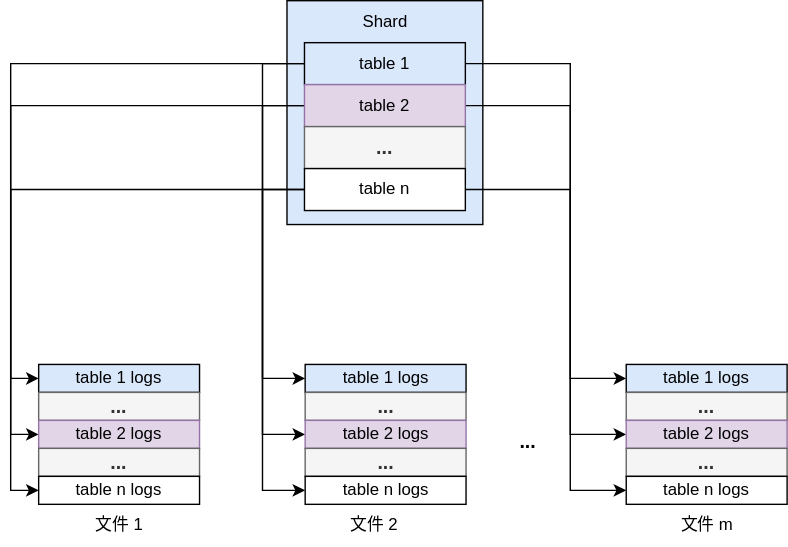
Before: rockswal.drawio.svg, a diagram exported from draw.io (Rachelint/drawio-store). Source tidied: cells renumbered, new cells last; positions are measured from the earlier drawing's top-left corner, leaving out a move shared by most shapes.
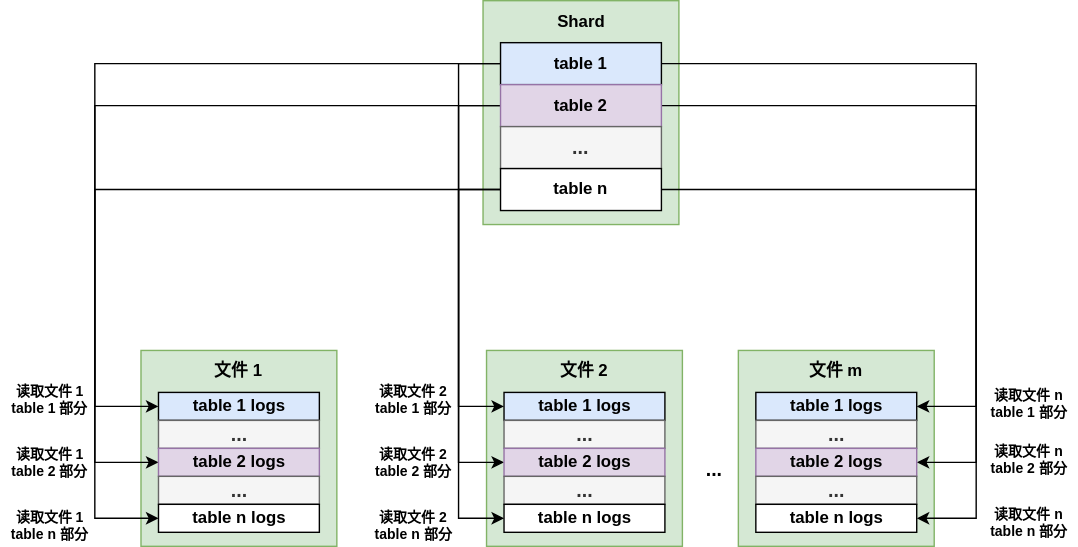
After the change.

Change to the diagram source:
```diff
@@ -2,137 +2,188 @@
   <root>
     <mxCell id="0" />
     <mxCell id="1" parent="0" />
-    <mxCell id="2" style="rounded=0;whiteSpace=wrap;html=1;fillColor=#dae8fc;strokeColor=#000000;" parent="1" vertex="1">
-      <mxGeometry x="177.5" width="140" height="160" as="geometry" />
-    </mxCell>
-    <mxCell id="3" style="edgeStyle=orthogonalEdgeStyle;rounded=0;jettySize=auto;html=1;exitX=0;exitY=0.5;exitDx=0;exitDy=0;entryX=0;entryY=0.5;entryDx=0;entryDy=0;" parent="1" edge="1" source="6" target="17">
-      <mxGeometry relative="1" as="geometry" />
-    </mxCell>
-    <mxCell id="4" style="edgeStyle=orthogonalEdgeStyle;rounded=0;jettySize=auto;html=1;exitX=0;exitY=0.5;exitDx=0;exitDy=0;entryX=0;entryY=0.5;entryDx=0;entryDy=0;" parent="1" edge="1" source="6" target="22">
-      <mxGeometry relative="1" as="geometry">
-        <Array as="points">
-          <mxPoint x="160" y="45" />
-          <mxPoint x="160" y="270" />
-        </Array>
-      </mxGeometry>
-    </mxCell>
-    <mxCell id="5" style="edgeStyle=orthogonalEdgeStyle;rounded=0;jettySize=auto;html=1;exitX=1;exitY=0.5;exitDx=0;exitDy=0;entryX=0;entryY=0.5;entryDx=0;entryDy=0;" parent="1" edge="1" source="6" target="27">
-      <mxGeometry relative="1" as="geometry">
-        <Array as="points">
-          <mxPoint x="380" y="45" />
-          <mxPoint x="380" y="270" />
-        </Array>
-      </mxGeometry>
-    </mxCell>
+    <mxCell id="36" style="rounded=0;whiteSpace=wrap;html=1;fillColor=#d5e8d4;strokeColor=#82b366;fontStyle=1;" parent="1" vertex="1">
+      <mxGeometry x="360" y="250" width="140" height="140" as="geometry" />
+    </mxCell>
+    <mxCell id="37" style="rounded=0;whiteSpace=wrap;html=1;fillColor=#d5e8d4;strokeColor=#82b366;fontStyle=1;" parent="1" vertex="1">
+      <mxGeometry x="180" y="250" width="140" height="140" as="geometry" />
+    </mxCell>
+    <mxCell id="38" style="rounded=0;whiteSpace=wrap;html=1;fillColor=#d5e8d4;strokeColor=#82b366;fontStyle=1;" parent="1" vertex="1">
+      <mxGeometry x="-67" y="250" width="140" height="140" as="geometry" />
+    </mxCell>
+    <mxCell id="39" style="rounded=0;whiteSpace=wrap;html=1;fillColor=#d5e8d4;strokeColor=#82b366;fontStyle=1;" parent="1" vertex="1">
+      <mxGeometry x="177.5" width="140" height="160" as="geometry" />
+    </mxCell>
+    <mxCell id="40" style="edgeStyle=orthogonalEdgeStyle;rounded=0;jettySize=auto;html=1;exitX=0;exitY=0.5;exitDx=0;exitDy=0;entryX=0;entryY=0.5;entryDx=0;entryDy=0;fontStyle=1;" parent="1" edge="1" source="6" target="50">
+      <mxGeometry relative="1" as="geometry">
+        <Array as="points">
+          <mxPoint x="-100" y="45" />
+          <mxPoint x="-100" y="290" />
+        </Array>
+      </mxGeometry>
+    </mxCell>
+    <mxCell id="41" style="edgeStyle=orthogonalEdgeStyle;rounded=0;jettySize=auto;html=1;exitX=0;exitY=0.5;exitDx=0;exitDy=0;entryX=0;entryY=0.5;entryDx=0;entryDy=0;fontStyle=1;" parent="1" edge="1" source="6" target="55">
+      <mxGeometry relative="1" as="geometry">
+        <Array as="points">
+          <mxPoint x="160" y="45" />
+          <mxPoint x="160" y="290" />
+        </Array>
+      </mxGeometry>
+    </mxCell>
+    <mxCell id="42" style="edgeStyle=orthogonalEdgeStyle;rounded=0;jettySize=auto;html=1;exitX=1;exitY=0.5;exitDx=0;exitDy=0;entryX=1;entryY=0.5;entryDx=0;entryDy=0;fontStyle=1;" parent="1" edge="1" source="6" target="60">
+      <mxGeometry relative="1" as="geometry">
+        <Array as="points">
+          <mxPoint x="530" y="45" />
+          <mxPoint x="530" y="290" />
+        </Array>
+      </mxGeometry>
+    </mxCell>
-    <mxCell id="6" value="table 1" style="rounded=0;whiteSpace=wrap;html=1;fillColor=#dae8fc;strokeColor=#000000;" parent="1" vertex="1">
+    <mxCell id="6" value="table 1" style="rounded=0;whiteSpace=wrap;html=1;fillColor=#dae8fc;strokeColor=#000000;fontStyle=1;" parent="1" vertex="1">
       <mxGeometry x="190" y="30" width="115" height="30" as="geometry" />
     </mxCell>
-    <mxCell id="7" style="edgeStyle=orthogonalEdgeStyle;rounded=0;jettySize=auto;html=1;exitX=0;exitY=0.5;exitDx=0;exitDy=0;entryX=0;entryY=0.5;entryDx=0;entryDy=0;" parent="1" edge="1" source="10" target="19">
-      <mxGeometry relative="1" as="geometry" />
-    </mxCell>
-    <mxCell id="8" style="edgeStyle=orthogonalEdgeStyle;rounded=0;jettySize=auto;html=1;exitX=0;exitY=0.5;exitDx=0;exitDy=0;entryX=0;entryY=0.5;entryDx=0;entryDy=0;" parent="1" edge="1" source="10" target="24">
-      <mxGeometry relative="1" as="geometry">
-        <Array as="points">
-          <mxPoint x="160" y="75" />
-          <mxPoint x="160" y="310" />
-        </Array>
-      </mxGeometry>
-    </mxCell>
-    <mxCell id="9" style="edgeStyle=orthogonalEdgeStyle;rounded=0;jettySize=auto;html=1;exitX=1;exitY=0.5;exitDx=0;exitDy=0;entryX=0;entryY=0.5;entryDx=0;entryDy=0;" parent="1" edge="1" source="10" target="29">
-      <mxGeometry relative="1" as="geometry">
-        <Array as="points">
-          <mxPoint x="380" y="75" />
-          <mxPoint x="380" y="310" />
-        </Array>
-      </mxGeometry>
-    </mxCell>
+    <mxCell id="43" style="edgeStyle=orthogonalEdgeStyle;rounded=0;jettySize=auto;html=1;exitX=0;exitY=0.5;exitDx=0;exitDy=0;entryX=0;entryY=0.5;entryDx=0;entryDy=0;fontStyle=1;" parent="1" edge="1" source="10" target="57">
+      <mxGeometry relative="1" as="geometry">
+        <Array as="points">
+          <mxPoint x="160" y="75" />
+          <mxPoint x="160" y="330" />
+        </Array>
+      </mxGeometry>
+    </mxCell>
+    <mxCell id="44" style="edgeStyle=orthogonalEdgeStyle;rounded=0;jettySize=auto;html=1;exitX=0;exitY=0.5;exitDx=0;exitDy=0;entryX=0;entryY=0.5;entryDx=0;entryDy=0;fontStyle=1;" parent="1" edge="1" source="10" target="52">
+      <mxGeometry relative="1" as="geometry">
+        <Array as="points">
+          <mxPoint x="-100" y="75" />
+          <mxPoint x="-100" y="330" />
+        </Array>
+      </mxGeometry>
+    </mxCell>
+    <mxCell id="45" style="edgeStyle=orthogonalEdgeStyle;rounded=0;jettySize=auto;html=1;exitX=1;exitY=0.5;exitDx=0;exitDy=0;entryX=1;entryY=0.5;entryDx=0;entryDy=0;fontStyle=1;" parent="1" edge="1" source="10" target="62">
+      <mxGeometry relative="1" as="geometry">
+        <Array as="points">
+          <mxPoint x="530" y="75" />
+          <mxPoint x="530" y="330" />
+        </Array>
+      </mxGeometry>
+    </mxCell>
-    <mxCell id="10" value="table 2" style="rounded=0;whiteSpace=wrap;html=1;fillColor=#e1d5e7;strokeColor=#9673a6;" parent="1" vertex="1">
+    <mxCell id="10" value="table 2" style="rounded=0;whiteSpace=wrap;html=1;fillColor=#e1d5e7;strokeColor=#9673a6;fontStyle=1;" parent="1" vertex="1">
       <mxGeometry x="190" y="60" width="115" height="30" as="geometry" />
     </mxCell>
-    <mxCell id="11" value="&lt;font style=&quot;font-size: 14px;&quot;&gt;&lt;b&gt;...&lt;/b&gt;&lt;/font&gt;" style="rounded=0;whiteSpace=wrap;html=1;fillColor=#f5f5f5;strokeColor=#666666;fontColor=#333333;" parent="1" vertex="1">
-      <mxGeometry x="190" y="90" width="115" height="30" as="geometry" />
-    </mxCell>
-    <mxCell id="12" style="edgeStyle=orthogonalEdgeStyle;rounded=0;jettySize=auto;html=1;exitX=0;exitY=0.5;exitDx=0;exitDy=0;entryX=0;entryY=0.5;entryDx=0;entryDy=0;" parent="1" edge="1" source="15" target="21">
-      <mxGeometry relative="1" as="geometry" />
-    </mxCell>
-    <mxCell id="13" style="edgeStyle=orthogonalEdgeStyle;rounded=0;jettySize=auto;html=1;exitX=0;exitY=0.5;exitDx=0;exitDy=0;entryX=0;entryY=0.5;entryDx=0;entryDy=0;" parent="1" edge="1" source="15" target="26">
-      <mxGeometry relative="1" as="geometry">
-        <Array as="points">
-          <mxPoint x="160" y="135" />
-          <mxPoint x="160" y="350" />
-        </Array>
-      </mxGeometry>
-    </mxCell>
-    <mxCell id="14" style="edgeStyle=orthogonalEdgeStyle;rounded=0;jettySize=auto;html=1;exitX=1;exitY=0.5;exitDx=0;exitDy=0;entryX=0;entryY=0.5;entryDx=0;entryDy=0;" parent="1" edge="1" source="15" target="31">
-      <mxGeometry relative="1" as="geometry">
-        <Array as="points">
-          <mxPoint x="380" y="135" />
-          <mxPoint x="380" y="350" />
-        </Array>
-      </mxGeometry>
-    </mxCell>
+    <mxCell id="46" value="&lt;font style=&quot;font-size: 14px;&quot;&gt;&lt;span&gt;...&lt;/span&gt;&lt;/font&gt;" style="rounded=0;whiteSpace=wrap;html=1;fillColor=#f5f5f5;strokeColor=#666666;fontColor=#333333;fontStyle=1;" parent="1" vertex="1">
+      <mxGeometry x="190" y="90" width="115" height="30" as="geometry" />
+    </mxCell>
+    <mxCell id="47" style="edgeStyle=orthogonalEdgeStyle;rounded=0;jettySize=auto;html=1;exitX=1;exitY=0.5;exitDx=0;exitDy=0;entryX=1;entryY=0.5;entryDx=0;entryDy=0;fontStyle=1;" parent="1" edge="1" source="15" target="64">
+      <mxGeometry relative="1" as="geometry">
+        <Array as="points">
+          <mxPoint x="530" y="135" />
+          <mxPoint x="530" y="370" />
+        </Array>
+      </mxGeometry>
+    </mxCell>
+    <mxCell id="48" style="edgeStyle=orthogonalEdgeStyle;rounded=0;jettySize=auto;html=1;exitX=0;exitY=0.5;exitDx=0;exitDy=0;entryX=0;entryY=0.5;entryDx=0;entryDy=0;fontStyle=1;" parent="1" edge="1" source="15" target="59">
+      <mxGeometry relative="1" as="geometry">
+        <Array as="points">
+          <mxPoint x="160" y="135" />
+          <mxPoint x="160" y="370" />
+        </Array>
+      </mxGeometry>
+    </mxCell>
+    <mxCell id="49" style="edgeStyle=orthogonalEdgeStyle;rounded=0;jettySize=auto;html=1;exitX=0;exitY=0.5;exitDx=0;exitDy=0;entryX=0;entryY=0.5;entryDx=0;entryDy=0;fontStyle=1;" parent="1" edge="1" source="15" target="54">
+      <mxGeometry relative="1" as="geometry">
+        <Array as="points">
+          <mxPoint x="-100" y="135" />
+          <mxPoint x="-100" y="370" />
+        </Array>
+      </mxGeometry>
+    </mxCell>
-    <mxCell id="15" value="table n" style="rounded=0;whiteSpace=wrap;html=1;" parent="1" vertex="1">
+    <mxCell id="15" value="table n" style="rounded=0;whiteSpace=wrap;html=1;fontStyle=1;" parent="1" vertex="1">
       <mxGeometry x="190" y="120" width="115" height="30" as="geometry" />
     </mxCell>
-    <mxCell id="16" value="Shard" style="text;html=1;strokeColor=none;fillColor=none;align=center;verticalAlign=middle;whiteSpace=wrap;rounded=0;" parent="1" vertex="1">
+    <mxCell id="16" value="Shard" style="text;html=1;strokeColor=none;fillColor=none;align=center;verticalAlign=middle;whiteSpace=wrap;rounded=0;fontStyle=1;" parent="1" vertex="1">
       <mxGeometry x="218" width="60" height="30" as="geometry" />
     </mxCell>
-    <mxCell id="17" value="table 1 logs" style="rounded=0;whiteSpace=wrap;html=1;fillColor=#dae8fc;strokeColor=#000000;" parent="1" vertex="1">
-      <mxGeometry y="260" width="115" height="20" as="geometry" />
-    </mxCell>
-    <mxCell id="18" value="&lt;font style=&quot;font-size: 14px;&quot;&gt;&lt;b&gt;...&lt;/b&gt;&lt;/font&gt;" style="rounded=0;whiteSpace=wrap;html=1;fillColor=#f5f5f5;strokeColor=#666666;fontColor=#333333;" parent="1" vertex="1">
-      <mxGeometry y="280" width="115" height="20" as="geometry" />
-    </mxCell>
-    <mxCell id="19" value="table 2 logs" style="rounded=0;whiteSpace=wrap;html=1;fillColor=#e1d5e7;strokeColor=#9673a6;" parent="1" vertex="1">
-      <mxGeometry y="300" width="115" height="20" as="geometry" />
-    </mxCell>
-    <mxCell id="20" value="&lt;font style=&quot;font-size: 14px;&quot;&gt;&lt;b&gt;...&lt;/b&gt;&lt;/font&gt;" style="rounded=0;whiteSpace=wrap;html=1;fillColor=#f5f5f5;strokeColor=#666666;fontColor=#333333;" parent="1" vertex="1">
-      <mxGeometry y="320" width="115" height="20" as="geometry" />
-    </mxCell>
-    <mxCell id="21" value="table n logs" style="rounded=0;whiteSpace=wrap;html=1;" parent="1" vertex="1">
-      <mxGeometry y="340" width="115" height="20" as="geometry" />
-    </mxCell>
-    <mxCell id="22" value="table 1 logs" style="rounded=0;whiteSpace=wrap;html=1;fillColor=#dae8fc;strokeColor=#000000;" parent="1" vertex="1">
-      <mxGeometry x="190.5" y="260" width="115" height="20" as="geometry" />
-    </mxCell>
-    <mxCell id="23" value="&lt;font style=&quot;font-size: 14px;&quot;&gt;&lt;b&gt;...&lt;/b&gt;&lt;/font&gt;" style="rounded=0;whiteSpace=wrap;html=1;fillColor=#f5f5f5;strokeColor=#666666;fontColor=#333333;" parent="1" vertex="1">
-      <mxGeometry x="190.5" y="280" width="115" height="20" as="geometry" />
-    </mxCell>
-    <mxCell id="24" value="table 2 logs" style="rounded=0;whiteSpace=wrap;html=1;fillColor=#e1d5e7;strokeColor=#9673a6;" parent="1" vertex="1">
-      <mxGeometry x="190.5" y="300" width="115" height="20" as="geometry" />
-    </mxCell>
-    <mxCell id="25" value="&lt;font style=&quot;font-size: 14px;&quot;&gt;&lt;b&gt;...&lt;/b&gt;&lt;/font&gt;" style="rounded=0;whiteSpace=wrap;html=1;fillColor=#f5f5f5;strokeColor=#666666;fontColor=#333333;" parent="1" vertex="1">
-      <mxGeometry x="190.5" y="320" width="115" height="20" as="geometry" />
-    </mxCell>
-    <mxCell id="26" value="table n logs" style="rounded=0;whiteSpace=wrap;html=1;" parent="1" vertex="1">
-      <mxGeometry x="190.5" y="340" width="115" height="20" as="geometry" />
-    </mxCell>
-    <mxCell id="27" value="table 1 logs" style="rounded=0;whiteSpace=wrap;html=1;fillColor=#dae8fc;strokeColor=#000000;" parent="1" vertex="1">
-      <mxGeometry x="420" y="260" width="115" height="20" as="geometry" />
-    </mxCell>
-    <mxCell id="28" value="&lt;font style=&quot;font-size: 14px;&quot;&gt;&lt;b&gt;...&lt;/b&gt;&lt;/font&gt;" style="rounded=0;whiteSpace=wrap;html=1;fillColor=#f5f5f5;strokeColor=#666666;fontColor=#333333;" parent="1" vertex="1">
-      <mxGeometry x="420" y="280" width="115" height="20" as="geometry" />
-    </mxCell>
-    <mxCell id="29" value="table 2 logs" style="rounded=0;whiteSpace=wrap;html=1;fillColor=#e1d5e7;strokeColor=#9673a6;" parent="1" vertex="1">
-      <mxGeometry x="420" y="300" width="115" height="20" as="geometry" />
-    </mxCell>
-    <mxCell id="30" value="&lt;font style=&quot;font-size: 14px;&quot;&gt;&lt;b&gt;...&lt;/b&gt;&lt;/font&gt;" style="rounded=0;whiteSpace=wrap;html=1;fillColor=#f5f5f5;strokeColor=#666666;fontColor=#333333;" parent="1" vertex="1">
-      <mxGeometry x="420" y="320" width="115" height="20" as="geometry" />
-    </mxCell>
-    <mxCell id="31" value="table n logs" style="rounded=0;whiteSpace=wrap;html=1;" parent="1" vertex="1">
-      <mxGeometry x="420" y="340" width="115" height="20" as="geometry" />
-    </mxCell>
-    <mxCell id="32" value="&lt;font style=&quot;font-size: 14px;&quot;&gt;&lt;b&gt;...&lt;/b&gt;&lt;br&gt;&lt;/font&gt;" style="text;html=1;strokeColor=none;fillColor=none;align=center;verticalAlign=middle;whiteSpace=wrap;rounded=0;" parent="1" vertex="1">
-      <mxGeometry x="320" y="300" width="60" height="30" as="geometry" />
-    </mxCell>
+    <mxCell id="50" value="table 1 logs" style="rounded=0;whiteSpace=wrap;html=1;fillColor=#dae8fc;strokeColor=#000000;fontStyle=1;" parent="1" vertex="1">
+      <mxGeometry x="-54.5" y="280" width="115" height="20" as="geometry" />
+    </mxCell>
+    <mxCell id="51" value="&lt;font style=&quot;font-size: 14px;&quot;&gt;&lt;span&gt;...&lt;/span&gt;&lt;/font&gt;" style="rounded=0;whiteSpace=wrap;html=1;fillColor=#f5f5f5;strokeColor=#666666;fontColor=#333333;fontStyle=1;" parent="1" vertex="1">
+      <mxGeometry x="-54.5" y="300" width="115" height="20" as="geometry" />
+    </mxCell>
+    <mxCell id="52" value="table 2 logs" style="rounded=0;whiteSpace=wrap;html=1;fillColor=#e1d5e7;strokeColor=#9673a6;fontStyle=1;" parent="1" vertex="1">
+      <mxGeometry x="-54.5" y="320" width="115" height="20" as="geometry" />
+    </mxCell>
+    <mxCell id="53" value="&lt;font style=&quot;font-size: 14px;&quot;&gt;&lt;span&gt;...&lt;/span&gt;&lt;/font&gt;" style="rounded=0;whiteSpace=wrap;html=1;fillColor=#f5f5f5;strokeColor=#666666;fontColor=#333333;fontStyle=1;" parent="1" vertex="1">
+      <mxGeometry x="-54.5" y="340" width="115" height="20" as="geometry" />
+    </mxCell>
+    <mxCell id="54" value="table n logs" style="rounded=0;whiteSpace=wrap;html=1;fontStyle=1;" parent="1" vertex="1">
+      <mxGeometry x="-54.5" y="360" width="115" height="20" as="geometry" />
+    </mxCell>
+    <mxCell id="55" value="table 1 logs" style="rounded=0;whiteSpace=wrap;html=1;fillColor=#dae8fc;strokeColor=#000000;fontStyle=1;" parent="1" vertex="1">
+      <mxGeometry x="192.5" y="280" width="115" height="20" as="geometry" />
+    </mxCell>
+    <mxCell id="56" value="&lt;font style=&quot;font-size: 14px;&quot;&gt;&lt;span&gt;...&lt;/span&gt;&lt;/font&gt;" style="rounded=0;whiteSpace=wrap;html=1;fillColor=#f5f5f5;strokeColor=#666666;fontColor=#333333;fontStyle=1;" parent="1" vertex="1">
+      <mxGeometry x="192.5" y="300" width="115" height="20" as="geometry" />
+    </mxCell>
+    <mxCell id="57" value="table 2 logs" style="rounded=0;whiteSpace=wrap;html=1;fillColor=#e1d5e7;strokeColor=#9673a6;fontStyle=1;" parent="1" vertex="1">
+      <mxGeometry x="192.5" y="320" width="115" height="20" as="geometry" />
+    </mxCell>
+    <mxCell id="58" value="&lt;font style=&quot;font-size: 14px;&quot;&gt;&lt;span&gt;...&lt;/span&gt;&lt;/font&gt;" style="rounded=0;whiteSpace=wrap;html=1;fillColor=#f5f5f5;strokeColor=#666666;fontColor=#333333;fontStyle=1;" parent="1" vertex="1">
+      <mxGeometry x="192.5" y="340" width="115" height="20" as="geometry" />
+    </mxCell>
+    <mxCell id="59" value="table n logs" style="rounded=0;whiteSpace=wrap;html=1;fontStyle=1;" parent="1" vertex="1">
+      <mxGeometry x="192.5" y="360" width="115" height="20" as="geometry" />
+    </mxCell>
+    <mxCell id="60" value="table 1 logs" style="rounded=0;whiteSpace=wrap;html=1;fillColor=#dae8fc;strokeColor=#000000;fontStyle=1;" parent="1" vertex="1">
+      <mxGeometry x="372.5" y="280" width="115" height="20" as="geometry" />
+    </mxCell>
+    <mxCell id="61" value="&lt;font style=&quot;font-size: 14px;&quot;&gt;&lt;span&gt;...&lt;/span&gt;&lt;/font&gt;" style="rounded=0;whiteSpace=wrap;html=1;fillColor=#f5f5f5;strokeColor=#666666;fontColor=#333333;fontStyle=1;" parent="1" vertex="1">
+      <mxGeometry x="372.5" y="300" width="115" height="20" as="geometry" />
+    </mxCell>
+    <mxCell id="62" value="table 2 logs" style="rounded=0;whiteSpace=wrap;html=1;fillColor=#e1d5e7;strokeColor=#9673a6;fontStyle=1;" parent="1" vertex="1">
+      <mxGeometry x="372.5" y="320" width="115" height="20" as="geometry" />
+    </mxCell>
+    <mxCell id="63" value="&lt;font style=&quot;font-size: 14px;&quot;&gt;&lt;span&gt;...&lt;/span&gt;&lt;/font&gt;" style="rounded=0;whiteSpace=wrap;html=1;fillColor=#f5f5f5;strokeColor=#666666;fontColor=#333333;fontStyle=1;" parent="1" vertex="1">
+      <mxGeometry x="372.5" y="340" width="115" height="20" as="geometry" />
+    </mxCell>
+    <mxCell id="64" value="table n logs" style="rounded=0;whiteSpace=wrap;html=1;fontStyle=1;" parent="1" vertex="1">
+      <mxGeometry x="372.5" y="360" width="115" height="20" as="geometry" />
+    </mxCell>
+    <mxCell id="65" value="&lt;font style=&quot;font-size: 14px;&quot;&gt;&lt;span&gt;...&lt;/span&gt;&lt;br&gt;&lt;/font&gt;" style="text;html=1;strokeColor=none;fillColor=none;align=center;verticalAlign=middle;whiteSpace=wrap;rounded=0;fontStyle=1;" parent="1" vertex="1">
+      <mxGeometry x="312.5" y="320" width="60" height="30" as="geometry" />
+    </mxCell>
-    <mxCell id="33" value="文件 1" style="text;html=1;strokeColor=none;fillColor=none;align=center;verticalAlign=middle;whiteSpace=wrap;rounded=0;" parent="1" vertex="1">
-      <mxGeometry x="28" y="360" width="60" height="30" as="geometry" />
+    <mxCell id="33" value="文件 1" style="text;html=1;strokeColor=none;fillColor=none;align=center;verticalAlign=middle;whiteSpace=wrap;rounded=0;fontStyle=1;" parent="1" vertex="1">
+      <mxGeometry x="-27" y="250" width="60" height="30" as="geometry" />
     </mxCell>
-    <mxCell id="34" value="文件 2" style="text;html=1;strokeColor=none;fillColor=none;align=center;verticalAlign=middle;whiteSpace=wrap;rounded=0;" parent="1" vertex="1">
-      <mxGeometry x="210" y="360" width="60" height="30" as="geometry" />
+    <mxCell id="34" value="文件 2" style="text;html=1;strokeColor=none;fillColor=none;align=center;verticalAlign=middle;whiteSpace=wrap;rounded=0;fontStyle=1;" parent="1" vertex="1">
+      <mxGeometry x="220" y="250" width="60" height="30" as="geometry" />
     </mxCell>
-    <mxCell id="35" value="文件 m" style="text;html=1;strokeColor=none;fillColor=none;align=center;verticalAlign=middle;whiteSpace=wrap;rounded=0;" parent="1" vertex="1">
-      <mxGeometry x="447.5" y="360" width="60" height="30" as="geometry" />
+    <mxCell id="35" value="文件 m" style="text;html=1;strokeColor=none;fillColor=none;align=center;verticalAlign=middle;whiteSpace=wrap;rounded=0;fontStyle=1;" parent="1" vertex="1">
+      <mxGeometry x="400" y="250" width="60" height="30" as="geometry" />
     </mxCell>
+    <mxCell id="66" value="读取文件 1 table 1 部分" style="text;html=1;strokeColor=none;fillColor=none;align=center;verticalAlign=middle;whiteSpace=wrap;rounded=0;strokeWidth=0;fontSize=10;fontStyle=1;" parent="1" vertex="1">
+      <mxGeometry x="-167" y="270" width="70" height="30" as="geometry" />
+    </mxCell>
+    <mxCell id="67" value="读取文件 1 table 2 部分" style="text;html=1;strokeColor=none;fillColor=none;align=center;verticalAlign=middle;whiteSpace=wrap;rounded=0;strokeWidth=0;fontSize=10;fontStyle=1;" parent="1" vertex="1">
+      <mxGeometry x="-167" y="315" width="70" height="30" as="geometry" />
+    </mxCell>
+    <mxCell id="68" value="读取文件 1 table n 部分" style="text;html=1;strokeColor=none;fillColor=none;align=center;verticalAlign=middle;whiteSpace=wrap;rounded=0;strokeWidth=0;fontSize=10;fontStyle=1;" parent="1" vertex="1">
+      <mxGeometry x="-167" y="360" width="70" height="30" as="geometry" />
+    </mxCell>
+    <mxCell id="69" value="读取文件 2 table 1 部分" style="text;html=1;strokeColor=none;fillColor=none;align=center;verticalAlign=middle;whiteSpace=wrap;rounded=0;fontSize=10;fontStyle=1;" parent="1" vertex="1">
+      <mxGeometry x="93" y="270" width="70" height="30" as="geometry" />
+    </mxCell>
+    <mxCell id="70" value="读取文件 2 table 2 部分" style="text;html=1;strokeColor=none;fillColor=none;align=center;verticalAlign=middle;whiteSpace=wrap;rounded=0;fontSize=10;fontStyle=1;" parent="1" vertex="1">
+      <mxGeometry x="93" y="312.5" width="70" height="35" as="geometry" />
+    </mxCell>
+    <mxCell id="71" value="读取文件 2 table n 部分" style="text;html=1;strokeColor=none;fillColor=none;align=center;verticalAlign=middle;whiteSpace=wrap;rounded=0;fontSize=10;fontStyle=1;" parent="1" vertex="1">
+      <mxGeometry x="93" y="360" width="70" height="30" as="geometry" />
+    </mxCell>
+    <mxCell id="72" value="读取文件 n table 1 部分" style="text;html=1;strokeColor=none;fillColor=none;align=center;verticalAlign=middle;whiteSpace=wrap;rounded=0;fontSize=10;fontStyle=1;" parent="1" vertex="1">
+      <mxGeometry x="533" y="272.5" width="70" height="30" as="geometry" />
+    </mxCell>
+    <mxCell id="73" value="读取文件 n table 2 部分" style="text;html=1;strokeColor=none;fillColor=none;align=center;verticalAlign=middle;whiteSpace=wrap;rounded=0;fontSize=10;fontStyle=1;" parent="1" vertex="1">
+      <mxGeometry x="533" y="312.5" width="70" height="30" as="geometry" />
+    </mxCell>
+    <mxCell id="74" value="读取文件 n table n 部分" style="text;html=1;strokeColor=none;fillColor=none;align=center;verticalAlign=middle;whiteSpace=wrap;rounded=0;fontSize=10;fontStyle=1;" parent="1" vertex="1">
+      <mxGeometry x="533" y="357.5" width="70" height="30" as="geometry" />
+    </mxCell>
   </root>
 </mxGraphModel>
```
